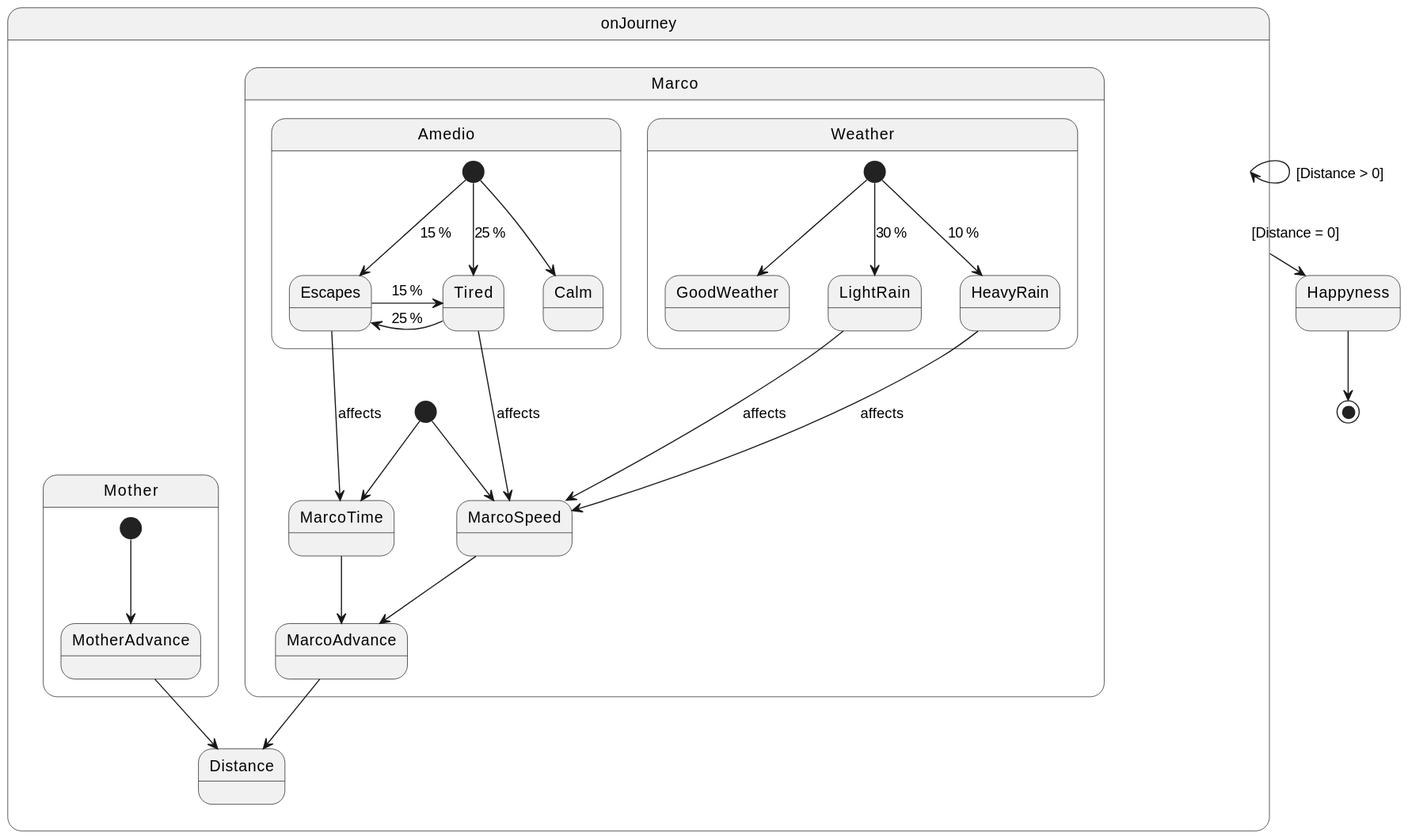
The PlantUML diagram images/modelosUML/retos&proyectos/viajeMarco/docs/domainModel/src/stateTransitionMap.svg in puntoReflex/.github, before a commit. The source it was exported from:
```plantuml
@startuml

state onJourney {
state Marco{

[*] --> MarcoSpeed
[*] --> MarcoTime

state Weather{

[*] --> GoodWeather
[*] --> LightRain : 30 %
[*] --> HeavyRain : 10 %
}

state Amedio{

[*] --> Calm
[*] --> Escapes : 15 %
[*] --> Tired : 25 %
Escapes -> Tired: 15 %
Tired -> Escapes: 25 %
}

HeavyRain ---> MarcoSpeed : affects
LightRain ---> MarcoSpeed : affects

Escapes ---> MarcoTime : affects
Tired ---> MarcoSpeed : affects

MarcoTime --> MarcoAdvance
MarcoSpeed --> MarcoAdvance

}

state Mother {
    [*] --> MotherAdvance
}

MotherAdvance --> Distance
MarcoAdvance --> Distance

}

onJourney ---> onJourney : [Distance > 0]

onJourney --> Happyness : [Distance = 0]

Happyness --> [*]

@enduml
```
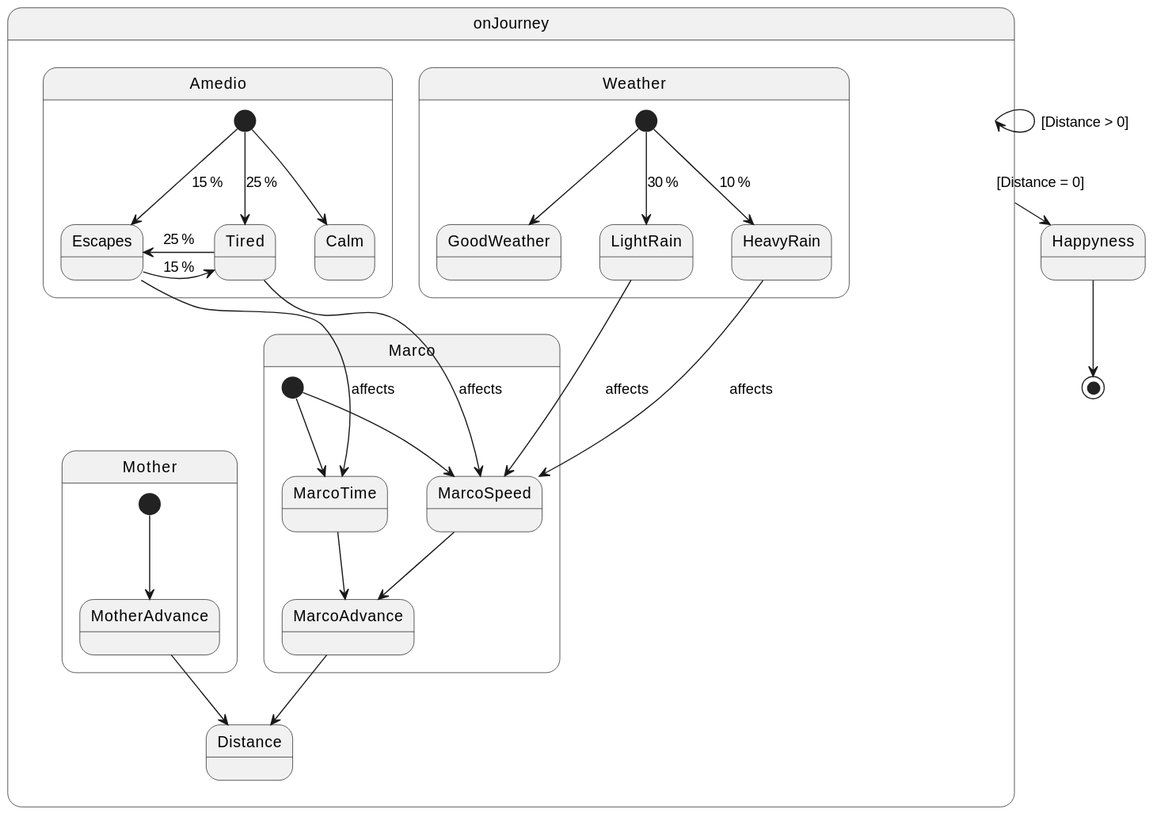
Above is the later version.

Commit message:
Reorganización del modelo de dominio

Se reordenaron las transiciones de estado para reflejar de modo más exacto el escenario modelado: el clima y el mono son circunstancias externas a Marco.

The edit, as a diff of the source:
```diff
@@ -1,11 +1,6 @@
 @startuml
 
 state onJourney {
-state Marco{
-
-[*] --> MarcoSpeed
-[*] --> MarcoTime
-
 state Weather{
 
 [*] --> GoodWeather
@@ -18,9 +13,14 @@
 [*] --> Calm
 [*] --> Escapes : 15 %
 [*] --> Tired : 25 %
+Tired -> Escapes: 25 %
 Escapes -> Tired: 15 %
-Tired -> Escapes: 25 %
 }
+state Marco{
+
+[*] --> MarcoSpeed
+[*] --> MarcoTime
+
 
 HeavyRain ---> MarcoSpeed : affects
 LightRain ---> MarcoSpeed : affects
```
